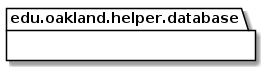
Above: docs/uml-class-diagrams/database/helper/DatabaseHelperPackage_DirectDependencies.png in elilley15/csi-3370-software-project (PlantUML), before the change. Its diagram source:
```plantuml
@startuml DatabaseHelperPackage_DirectDependencies

package edu.oakland.helper.database {

}


package edu.oakland.helper.database {

}


@enduml
```
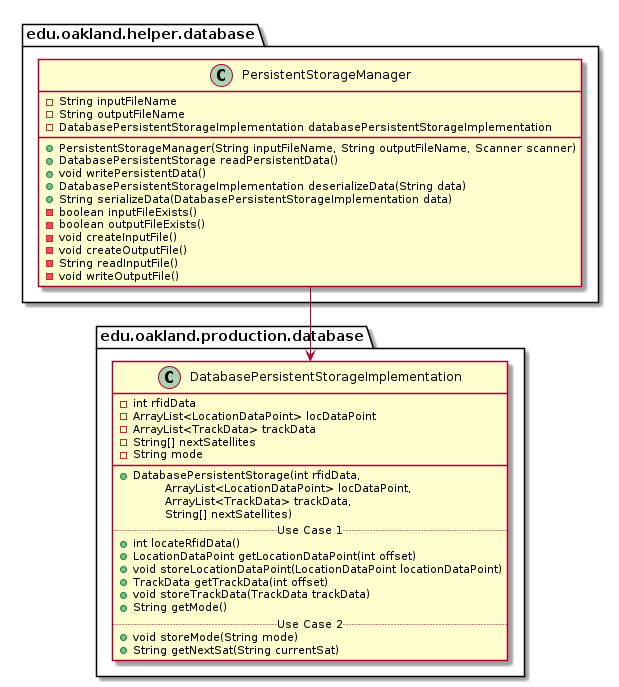
After the change.

The edit, as a diff of the source:
```diff
@@ -10,4 +10,54 @@
 }
 
 
+package edu.oakland.helper.database {
+    class PersistentStorageManager {
+        - String inputFileName
+        - String outputFileName
+        - DatabasePersistentStorageImplementation databasePersistentStorageImplementation
+        + PersistentStorageManager(String inputFileName, String outputFileName, Scanner scanner)
+        + DatabasePersistentStorage readPersistentData()
+        + void writePersistentData()
+        + DatabasePersistentStorageImplementation deserializeData(String data)
+        + String serializeData(DatabasePersistentStorageImplementation data)
+        - boolean inputFileExists()
+        - boolean outputFileExists()
+        - void createInputFile()
+        - void createOutputFile()
+        - String readInputFile()
+        - void writeOutputFile()
+    }
+}
+
+
+
+package edu.oakland.production.database {
+    class DatabasePersistentStorageImplementation {
+        - int rfidData
+        - ArrayList<LocationDataPoint> locDataPoint
+        - ArrayList<TrackData> trackData
+        - String[] nextSatellites
+        - String mode
+        __
+        + DatabasePersistentStorage(int rfidData,
+        \tArrayList<LocationDataPoint> locDataPoint,
+        \tArrayList<TrackData> trackData,
+        \tString[] nextSatellites)
+        .. Use Case 1 ..
+        + int locateRfidData()
+        + LocationDataPoint getLocationDataPoint(int offset)
+        + void storeLocationDataPoint(LocationDataPoint locationDataPoint)
+        + TrackData getTrackData(int offset)
+        + void storeTrackData(TrackData trackData)
+        + String getMode()
+        .. Use Case 2 ..
+        + void storeMode(String mode)
+        + String getNextSat(String currentSat)
+    }
+}
+
+PersistentStorageManager --> DatabasePersistentStorageImplementation
+
+
+
 @enduml
```
